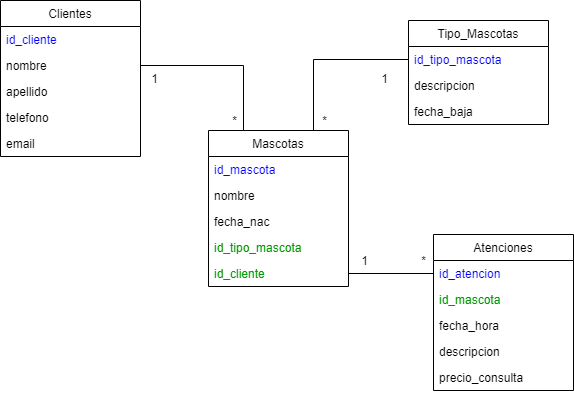
ezebarrale/Veterinaria_App keeps this draw.io diagram as Veterinaria_DB/DiagramaDBVeterinaria.drawio.png. Above is the earlier version. Source tidied: cells renumbered, new cells last; positions are measured from the earlier drawing's top-left corner, leaving out a move shared by most shapes.
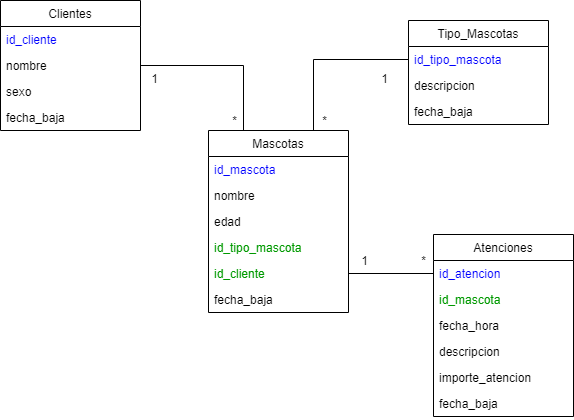
After the commit.

Diff of the diagram source:
```diff
@@ -3,7 +3,7 @@
     <mxCell id="0" />
     <mxCell id="1" parent="0" />
     <mxCell id="2" value="Clientes" style="swimlane;fontStyle=0;horizontal=1;startSize=26;fillColor=none;" parent="1" vertex="1">
-      <mxGeometry width="140" height="156" as="geometry" />
+      <mxGeometry width="140" height="130" as="geometry" />
     </mxCell>
     <mxCell id="3" value="id_cliente" style="text;strokeColor=none;fillColor=none;align=left;verticalAlign=top;spacingLeft=4;spacingRight=4;overflow=hidden;fontColor=#0000FF;" parent="2" vertex="1">
       <mxGeometry y="26" width="140" height="26" as="geometry" />
@@ -11,20 +11,17 @@
     <mxCell id="4" value="nombre" style="text;strokeColor=none;fillColor=none;align=left;verticalAlign=top;spacingLeft=4;spacingRight=4;overflow=hidden;points=[[0,0.5],[1,0.5]];portConstraint=eastwest;" parent="2" vertex="1">
       <mxGeometry y="52" width="140" height="26" as="geometry" />
     </mxCell>
-    <mxCell id="5" value="apellido" style="text;strokeColor=none;fillColor=none;align=left;verticalAlign=top;spacingLeft=4;spacingRight=4;overflow=hidden;" parent="2" vertex="1">
-      <mxGeometry y="78" width="140" height="26" as="geometry" />
-    </mxCell>
-    <mxCell id="6" value="telefono" style="text;strokeColor=none;fillColor=none;align=left;verticalAlign=top;spacingLeft=4;spacingRight=4;overflow=hidden;" parent="2" vertex="1">
-      <mxGeometry y="104" width="140" height="26" as="geometry" />
-    </mxCell>
-    <mxCell id="7" value="email" style="text;strokeColor=none;fillColor=none;align=left;verticalAlign=top;spacingLeft=4;spacingRight=4;overflow=hidden;" parent="2" vertex="1">
-      <mxGeometry y="130" width="140" height="26" as="geometry" />
-    </mxCell>
+    <mxCell id="33" value="sexo" style="text;strokeColor=none;fillColor=none;align=left;verticalAlign=top;spacingLeft=4;spacingRight=4;overflow=hidden;" parent="2" vertex="1">
+      <mxGeometry y="78" width="140" height="26" as="geometry" />
+    </mxCell>
+    <mxCell id="34" value="fecha_baja" style="text;strokeColor=none;fillColor=none;align=left;verticalAlign=top;spacingLeft=4;spacingRight=4;overflow=hidden;" parent="2" vertex="1">
+      <mxGeometry y="104" width="140" height="26" as="geometry" />
+    </mxCell>
     <mxCell id="8" style="edgeStyle=orthogonalEdgeStyle;rounded=0;jettySize=auto;html=1;exitX=0.75;exitY=0;exitDx=0;exitDy=0;entryX=0;entryY=0.5;entryDx=0;entryDy=0;endArrow=none;endFill=0;" parent="1" edge="1" source="9" target="22">
       <mxGeometry relative="1" as="geometry" />
     </mxCell>
     <mxCell id="9" value="Mascotas" style="swimlane;fontStyle=0;horizontal=1;startSize=26;fillColor=none;" parent="1" vertex="1">
-      <mxGeometry x="208" y="130" width="140" height="156" as="geometry" />
+      <mxGeometry x="208" y="130" width="140" height="182" as="geometry" />
     </mxCell>
     <mxCell id="10" value="id_mascota" style="text;strokeColor=none;fillColor=none;align=left;verticalAlign=top;spacingLeft=4;spacingRight=4;overflow=hidden;fontColor=#0000FF;" parent="9" vertex="1">
       <mxGeometry y="26" width="140" height="26" as="geometry" />
@@ -32,7 +29,7 @@
     <mxCell id="11" value="nombre" style="text;strokeColor=none;fillColor=none;align=left;verticalAlign=top;spacingLeft=4;spacingRight=4;overflow=hidden;" parent="9" vertex="1">
       <mxGeometry y="52" width="140" height="26" as="geometry" />
     </mxCell>
-    <mxCell id="12" value="fecha_nac" style="text;strokeColor=none;fillColor=none;align=left;verticalAlign=top;spacingLeft=4;spacingRight=4;overflow=hidden;" parent="9" vertex="1">
+    <mxCell id="12" value="edad" style="text;strokeColor=none;fillColor=none;align=left;verticalAlign=top;spacingLeft=4;spacingRight=4;overflow=hidden;" parent="9" vertex="1">
       <mxGeometry y="78" width="140" height="26" as="geometry" />
     </mxCell>
     <mxCell id="13" value="id_tipo_mascota" style="text;strokeColor=none;fillColor=none;align=left;verticalAlign=top;spacingLeft=4;spacingRight=4;overflow=hidden;fontColor=#009900;" parent="9" vertex="1">
@@ -41,8 +38,11 @@
     <mxCell id="14" value="id_cliente" style="text;strokeColor=none;fillColor=none;align=left;verticalAlign=top;spacingLeft=4;spacingRight=4;overflow=hidden;points=[[0,0.5],[1,0.5]];portConstraint=eastwest;fontColor=#009900;" parent="9" vertex="1">
       <mxGeometry y="130" width="140" height="26" as="geometry" />
     </mxCell>
+    <mxCell id="35" value="fecha_baja" style="text;strokeColor=none;fillColor=none;align=left;verticalAlign=top;spacingLeft=4;spacingRight=4;overflow=hidden;fontColor=#000000;" parent="9" vertex="1">
+      <mxGeometry y="156" width="140" height="26" as="geometry" />
+    </mxCell>
     <mxCell id="15" value="Atenciones" style="swimlane;fontStyle=0;horizontal=1;startSize=26;fillColor=none;" parent="1" vertex="1">
-      <mxGeometry x="433" y="234" width="140" height="156" as="geometry" />
+      <mxGeometry x="433" y="234" width="140" height="182" as="geometry" />
     </mxCell>
     <mxCell id="16" value="id_atencion" style="text;strokeColor=none;fillColor=none;align=left;verticalAlign=top;spacingLeft=4;spacingRight=4;overflow=hidden;points=[[0,0.5],[1,0.5]];portConstraint=eastwest;fontColor=#0000FF;" parent="15" vertex="1">
       <mxGeometry y="26" width="140" height="26" as="geometry" />
@@ -56,9 +56,12 @@
     <mxCell id="19" value="descripcion" style="text;strokeColor=none;fillColor=none;align=left;verticalAlign=top;spacingLeft=4;spacingRight=4;overflow=hidden;" parent="15" vertex="1">
       <mxGeometry y="104" width="140" height="26" as="geometry" />
     </mxCell>
-    <mxCell id="20" value="precio_consulta" style="text;strokeColor=none;fillColor=none;align=left;verticalAlign=top;spacingLeft=4;spacingRight=4;overflow=hidden;" parent="15" vertex="1">
+    <mxCell id="20" value="importe_atencion" style="text;strokeColor=none;fillColor=none;align=left;verticalAlign=top;spacingLeft=4;spacingRight=4;overflow=hidden;" parent="15" vertex="1">
       <mxGeometry y="130" width="140" height="26" as="geometry" />
     </mxCell>
+    <mxCell id="36" value="fecha_baja" style="text;strokeColor=none;fillColor=none;align=left;verticalAlign=top;spacingLeft=4;spacingRight=4;overflow=hidden;" parent="15" vertex="1">
+      <mxGeometry y="156" width="140" height="26" as="geometry" />
+    </mxCell>
     <mxCell id="21" value="Tipo_Mascotas" style="swimlane;fontStyle=0;horizontal=1;startSize=26;fillColor=none;" parent="1" vertex="1">
       <mxGeometry x="408" y="20" width="140" height="104" as="geometry" />
     </mxCell>
```
